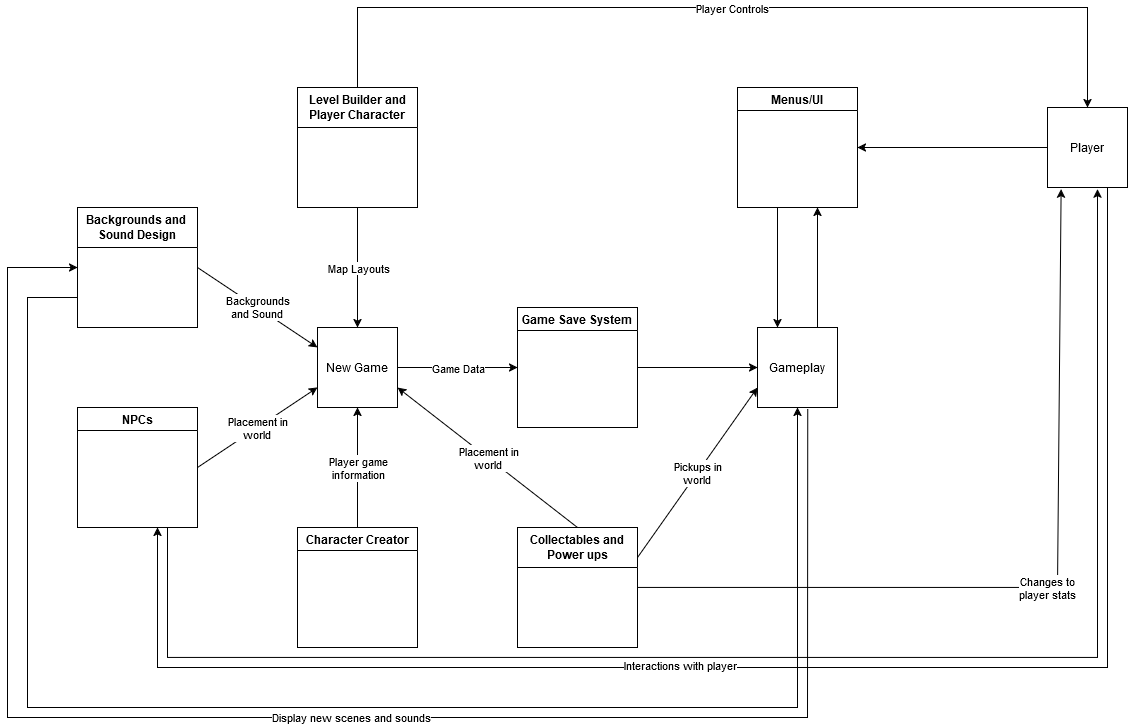
Above: Docs/Data_Flow_Diagram_0.png in GreenSkyGames/Breaking-Red (draw.io), before the change. Source tidied: cells renumbered, new cells last; positions are measured from the earlier drawing's top-left corner, leaving out a move shared by most shapes.
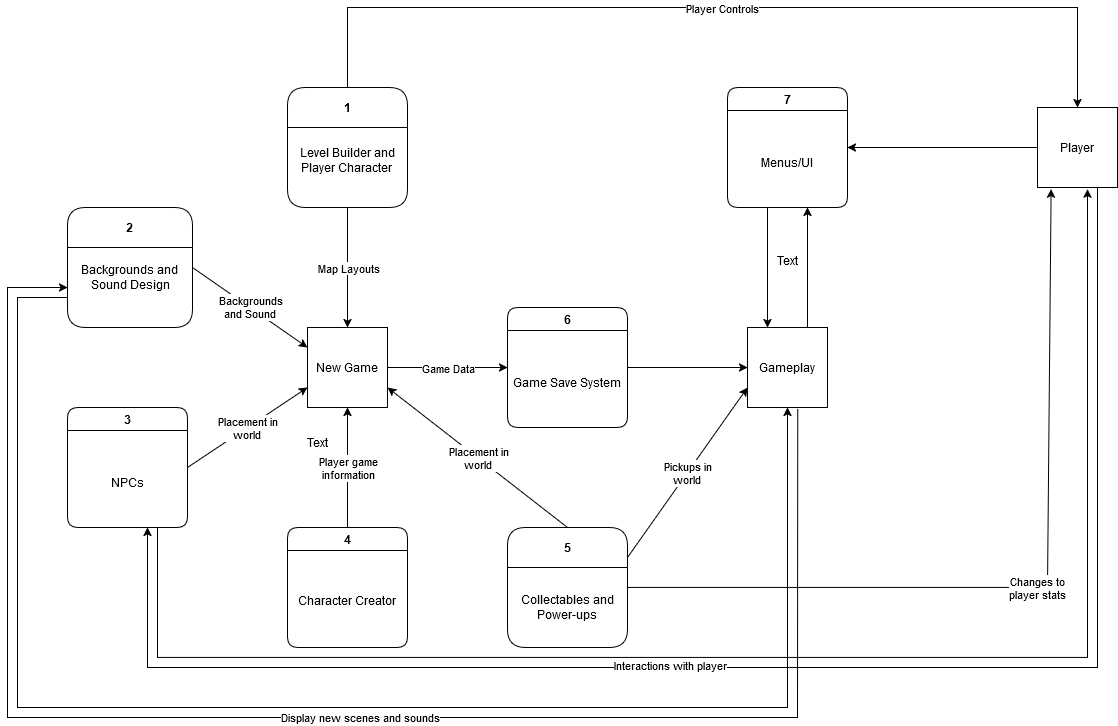
Above is the later version.

Change to the diagram source:
```diff
@@ -2,30 +2,48 @@
   <root>
     <mxCell id="0" />
     <mxCell id="1" parent="0" />
-    <mxCell id="2" value="Level Builder and Player Character" style="swimlane;whiteSpace=wrap;html=1;startSize=40;" parent="1" vertex="1">
+    <mxCell id="2" value="1" style="swimlane;whiteSpace=wrap;html=1;startSize=40;rounded=1;" parent="1" vertex="1">
       <mxGeometry x="290" y="80" width="120" height="120" as="geometry" />
     </mxCell>
+    <mxCell id="40" value="&lt;div&gt;Level Builder and&lt;/div&gt;&lt;div&gt;Player Character&lt;br&gt;&lt;/div&gt;&lt;div&gt;&lt;br&gt;&lt;/div&gt;" style="text;html=1;align=center;verticalAlign=middle;whiteSpace=wrap;rounded=0;" parent="2" vertex="1">
+      <mxGeometry y="40" width="120" height="80" as="geometry" />
+    </mxCell>
     <mxCell id="3" value="New Game" style="whiteSpace=wrap;html=1;" parent="1" vertex="1">
       <mxGeometry x="310" y="320" width="80" height="80" as="geometry" />
     </mxCell>
-    <mxCell id="4" value="&lt;div&gt;Backgrounds and&amp;nbsp;&lt;/div&gt;&lt;div&gt;Sound Design&lt;br&gt;&lt;/div&gt;" style="swimlane;whiteSpace=wrap;html=1;startSize=40;" parent="1" vertex="1">
-      <mxGeometry x="70" y="200" width="120" height="120" as="geometry" />
+    <mxCell id="4" value="2" style="swimlane;whiteSpace=wrap;html=1;startSize=40;rounded=1;" parent="1" vertex="1">
+      <mxGeometry x="70" y="200" width="125" height="120" as="geometry" />
     </mxCell>
+    <mxCell id="41" value="&lt;div&gt;Backgrounds and&amp;nbsp;&lt;/div&gt;&lt;div&gt;Sound Design&lt;/div&gt;" style="text;html=1;align=center;verticalAlign=middle;strokeColor=none;fillColor=none;" parent="4" vertex="1">
+      <mxGeometry x="2.5" y="50" width="120" height="40" as="geometry" />
+    </mxCell>
-    <mxCell id="5" value="NPCs" style="swimlane;whiteSpace=wrap;html=1;" parent="1" vertex="1">
+    <mxCell id="5" value="3" style="swimlane;whiteSpace=wrap;html=1;rounded=1;" parent="1" vertex="1">
       <mxGeometry x="70" y="400" width="120" height="120" as="geometry" />
     </mxCell>
+    <mxCell id="42" value="NPCs" style="text;html=1;align=center;verticalAlign=middle;whiteSpace=wrap;rounded=0;" parent="5" vertex="1">
+      <mxGeometry y="30" width="120" height="90" as="geometry" />
+    </mxCell>
-    <mxCell id="6" value="Character Creator" style="swimlane;whiteSpace=wrap;html=1;" parent="1" vertex="1">
+    <mxCell id="6" value="4" style="swimlane;whiteSpace=wrap;html=1;rounded=1;" parent="1" vertex="1">
       <mxGeometry x="290" y="520" width="120" height="120" as="geometry" />
     </mxCell>
+    <mxCell id="43" value="Character Creator" style="text;html=1;align=center;verticalAlign=middle;whiteSpace=wrap;rounded=0;" parent="6" vertex="1">
+      <mxGeometry y="25" width="120" height="95" as="geometry" />
+    </mxCell>
-    <mxCell id="7" value="Game Save System" style="swimlane;whiteSpace=wrap;html=1;" parent="1" vertex="1">
+    <mxCell id="7" value="6" style="swimlane;whiteSpace=wrap;html=1;rounded=1;startSize=23;" parent="1" vertex="1">
       <mxGeometry x="510" y="300" width="120" height="120" as="geometry" />
     </mxCell>
+    <mxCell id="44" value="Game Save System" style="text;html=1;align=center;verticalAlign=middle;whiteSpace=wrap;rounded=0;" parent="7" vertex="1">
+      <mxGeometry y="30" width="120" height="90" as="geometry" />
+    </mxCell>
     <mxCell id="8" value="Gameplay" style="whiteSpace=wrap;html=1;" parent="1" vertex="1">
       <mxGeometry x="750" y="320" width="80" height="80" as="geometry" />
     </mxCell>
-    <mxCell id="9" value="Menus/UI" style="swimlane;whiteSpace=wrap;html=1;" parent="1" vertex="1">
+    <mxCell id="9" value="7" style="swimlane;whiteSpace=wrap;html=1;rounded=1;" parent="1" vertex="1">
       <mxGeometry x="730" y="80" width="120" height="120" as="geometry" />
     </mxCell>
+    <mxCell id="45" value="Menus/UI" style="text;html=1;align=center;verticalAlign=middle;whiteSpace=wrap;rounded=1;" parent="9" vertex="1">
+      <mxGeometry y="30" width="120" height="90" as="geometry" />
+    </mxCell>
     <mxCell id="10" style="endArrow=classic;html=1;rounded=0;exitX=1;exitY=0.5;exitDx=0;exitDy=0;entryX=0;entryY=0.5;entryDx=0;entryDy=0;" parent="1" edge="1" source="7" target="8">
       <mxGeometry relative="1" as="geometry" />
     </mxCell>
@@ -119,21 +137,25 @@
         </Array>
       </mxGeometry>
     </mxCell>
-    <mxCell id="31" value="Collectables and Power ups" style="swimlane;whiteSpace=wrap;html=1;startSize=40;" parent="1" vertex="1">
+    <mxCell id="31" value="5" style="swimlane;whiteSpace=wrap;html=1;startSize=40;rounded=1;" parent="1" vertex="1">
       <mxGeometry x="510" y="520" width="120" height="120" as="geometry" />
     </mxCell>
+    <mxCell id="46" value="&lt;div&gt;Collectables and&lt;/div&gt;&lt;div&gt;Power-ups&lt;br&gt;&lt;/div&gt;" style="text;html=1;align=center;verticalAlign=middle;whiteSpace=wrap;rounded=0;" parent="31" vertex="1">
+      <mxGeometry y="40" width="120" height="80" as="geometry" />
+    </mxCell>
     <mxCell id="32" style="endArrow=classic;html=1;rounded=0;entryX=1;entryY=0.75;entryDx=0;entryDy=0;exitX=0.5;exitY=0;exitDx=0;exitDy=0;" parent="1" edge="1" source="31" target="3">
       <mxGeometry relative="1" as="geometry" />
     </mxCell>
     <mxCell id="33" value="&lt;div&gt;Placement in&lt;/div&gt;&lt;div&gt;world&lt;br&gt;&lt;/div&gt;" style="edgeLabel;html=1;align=center;verticalAlign=middle;" parent="32" vertex="1">
       <mxGeometry relative="1" as="geometry" />
     </mxCell>
-    <mxCell id="34" style="endArrow=classic;html=1;rounded=0;exitX=0.628;exitY=1.025;exitDx=0;exitDy=0;entryX=0;entryY=0.5;entryDx=0;entryDy=0;exitPerimeter=0;" parent="1" edge="1" source="8" target="4">
+    <mxCell id="34" style="endArrow=classic;html=1;rounded=0;exitX=0.628;exitY=1.025;exitDx=0;exitDy=0;exitPerimeter=0;" parent="1" edge="1" source="8">
       <mxGeometry relative="1" as="geometry">
+        <mxPoint x="70" y="280" as="targetPoint" />
         <Array as="points">
           <mxPoint x="800" y="710" />
-          <mxPoint y="710" />
-          <mxPoint y="260" />
+          <mxPoint x="10" y="710" />
+          <mxPoint x="10" y="280" />
         </Array>
       </mxGeometry>
     </mxCell>
@@ -158,5 +180,11 @@
     <mxCell id="39" value="&lt;div&gt;Pickups in&lt;/div&gt;&lt;div&gt;world&lt;br&gt;&lt;/div&gt;" style="edgeLabel;html=1;align=center;verticalAlign=middle;" parent="38" vertex="1">
       <mxGeometry relative="1" as="geometry" />
     </mxCell>
+    <mxCell id="47" value="Text" style="text;html=1;align=center;verticalAlign=middle;strokeColor=none;fillColor=none;" parent="1" vertex="1">
+      <mxGeometry x="770" y="238" width="40" height="30" as="geometry" />
+    </mxCell>
+    <mxCell id="48" value="Text" style="text;html=1;align=center;verticalAlign=middle;whiteSpace=wrap;rounded=0;" parent="1" vertex="1">
+      <mxGeometry x="290" y="420" width="60" height="30" as="geometry" />
+    </mxCell>
   </root>
 </mxGraphModel>
```
